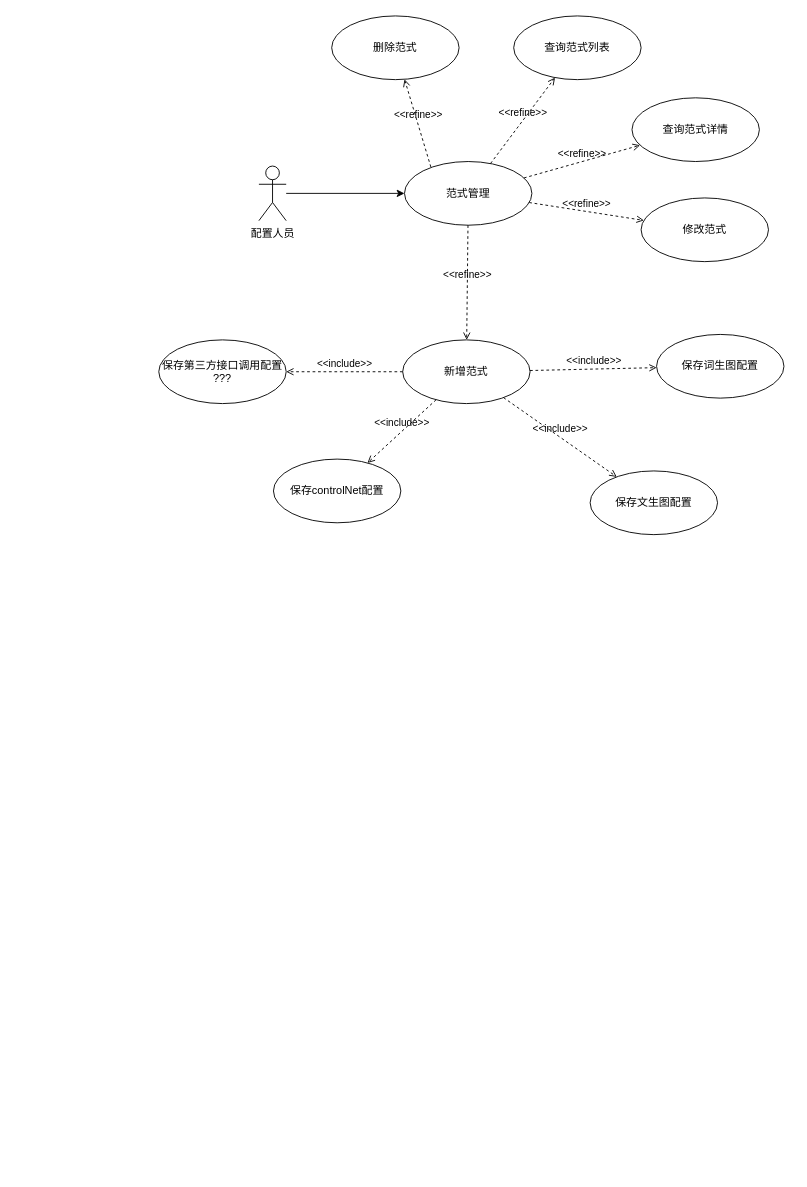
Earlier version of the draw.io diagram AIGC服务切换webUI.drawio (milletzhu/datasource). Source tidied: cells renumbered, new cells numbered last; positions are measured from the earlier drawing's top-left corner, leaving out a move shared by most shapes. Both pictures are drawn from the tidied source at 91%, with x=0, y=0 at pixel (158, 15).
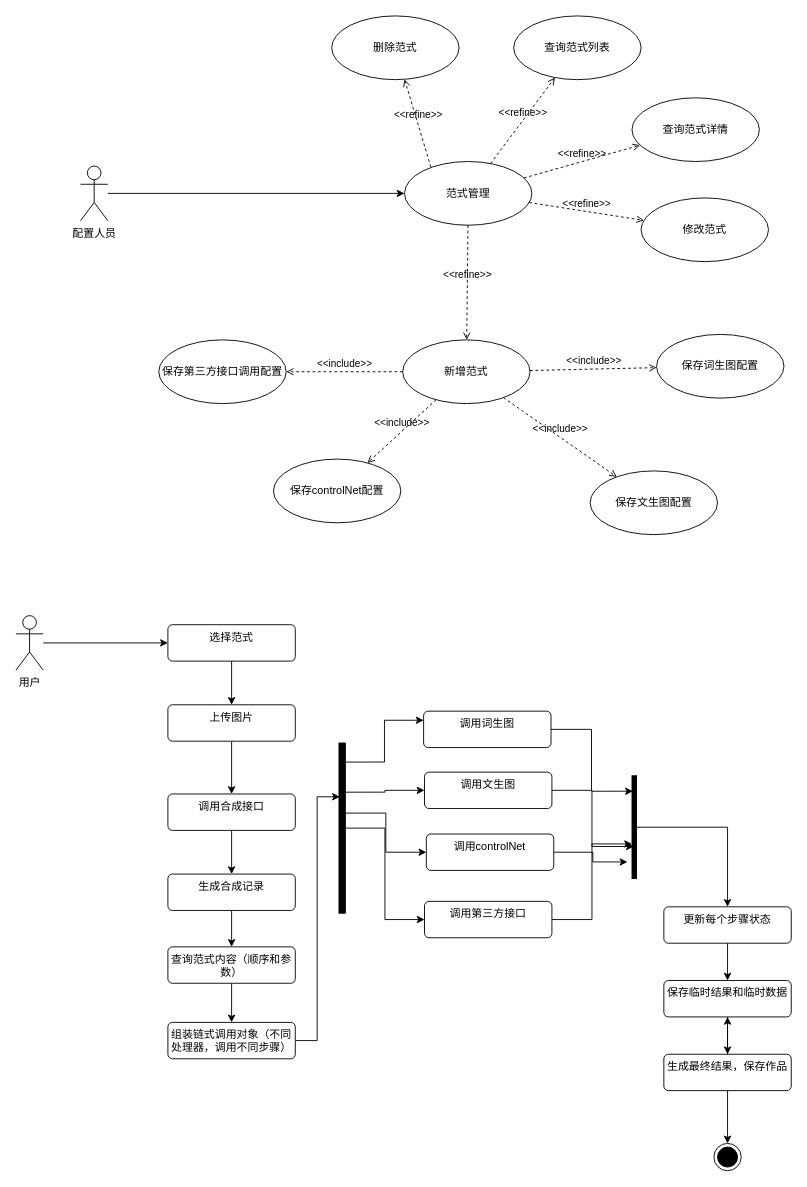
After the change.

Commit message (it also covers changes not shown here):
更新AIGC服务切换webUI.drawio

Change to the diagram source:
```diff
@@
     <mxCell id="3" value="配置人员" style="shape=umlActor;verticalLabelPosition=bottom;verticalAlign=top;html=1;" parent="1" vertex="1">
-      <mxGeometry x="110" y="165" width="30" height="60" as="geometry" />
+      <mxGeometry x="-86" y="165" width="30" height="60" as="geometry" />
     </mxCell>
@@
-    <mxCell id="17" value="保存第三方接口调用配置&lt;br&gt;???" style="ellipse;whiteSpace=wrap;html=1;" parent="1" vertex="1">
+    <mxCell id="17" value="保存第三方接口调用配置" style="ellipse;whiteSpace=wrap;html=1;" parent="1" vertex="1">
       <mxGeometry y="356" width="140" height="70" as="geometry" />
     </mxCell>
@@
+    <mxCell id="23" style="edgeStyle=orthogonalEdgeStyle;rounded=0;jettySize=auto;html=1;" parent="1" edge="1" source="24" target="26">
+      <mxGeometry relative="1" as="geometry" />
+    </mxCell>
+    <mxCell id="24" value="用户" style="shape=umlActor;verticalLabelPosition=bottom;verticalAlign=top;html=1;" parent="1" vertex="1">
+      <mxGeometry x="-157" y="659" width="30" height="60" as="geometry" />
+    </mxCell>
+    <mxCell id="25" style="edgeStyle=orthogonalEdgeStyle;rounded=0;jettySize=auto;html=1;entryX=0.5;entryY=0;entryDx=0;entryDy=0;" parent="1" edge="1" source="26" target="28">
+      <mxGeometry relative="1" as="geometry" />
+    </mxCell>
+    <mxCell id="26" value="选择范式" style="html=1;align=center;verticalAlign=top;rounded=1;absoluteArcSize=1;arcSize=10;dashed=0;whiteSpace=wrap;" parent="1" vertex="1">
+      <mxGeometry x="10" y="669" width="140" height="40" as="geometry" />
+    </mxCell>
+    <mxCell id="27" style="edgeStyle=orthogonalEdgeStyle;rounded=0;jettySize=auto;html=1;" parent="1" edge="1" source="28" target="51">
+      <mxGeometry relative="1" as="geometry" />
+    </mxCell>
+    <mxCell id="28" value="上传图片" style="html=1;align=center;verticalAlign=top;rounded=1;absoluteArcSize=1;arcSize=10;dashed=0;whiteSpace=wrap;" parent="1" vertex="1">
+      <mxGeometry x="10" y="757" width="140" height="40" as="geometry" />
+    </mxCell>
+    <mxCell id="29" style="edgeStyle=orthogonalEdgeStyle;rounded=0;jettySize=auto;html=1;entryX=0.5;entryY=0;entryDx=0;entryDy=0;" parent="1" edge="1" source="30" target="56">
+      <mxGeometry relative="1" as="geometry" />
+    </mxCell>
+    <mxCell id="30" value="查询范式内容（顺序和参数）" style="html=1;align=center;verticalAlign=top;rounded=1;absoluteArcSize=1;arcSize=10;dashed=0;whiteSpace=wrap;" parent="1" vertex="1">
+      <mxGeometry x="10" y="1023" width="140" height="40" as="geometry" />
+    </mxCell>
+    <mxCell id="31" style="edgeStyle=orthogonalEdgeStyle;rounded=0;jettySize=auto;html=1;entryX=0.2;entryY=0.15;entryDx=0;entryDy=0;entryPerimeter=0;" parent="1" edge="1" source="32" target="45">
+      <mxGeometry relative="1" as="geometry" />
+    </mxCell>
+    <mxCell id="32" value="调用词生图" style="html=1;align=center;verticalAlign=top;rounded=1;absoluteArcSize=1;arcSize=10;dashed=0;whiteSpace=wrap;" parent="1" vertex="1">
+      <mxGeometry x="291" y="764" width="140" height="40" as="geometry" />
+    </mxCell>
+    <mxCell id="33" style="edgeStyle=orthogonalEdgeStyle;rounded=0;jettySize=auto;html=1;entryX=0.4;entryY=0.688;entryDx=0;entryDy=0;entryPerimeter=0;" parent="1" edge="1" source="34" target="45">
+      <mxGeometry relative="1" as="geometry" />
+    </mxCell>
+    <mxCell id="34" value="调用文生图" style="html=1;align=center;verticalAlign=top;rounded=1;absoluteArcSize=1;arcSize=10;dashed=0;whiteSpace=wrap;" parent="1" vertex="1">
+      <mxGeometry x="292" y="831" width="140" height="40" as="geometry" />
+    </mxCell>
+    <mxCell id="35" style="edgeStyle=orthogonalEdgeStyle;rounded=0;jettySize=auto;html=1;entryX=-1;entryY=0.838;entryDx=0;entryDy=0;entryPerimeter=0;" parent="1" edge="1" source="36" target="45">
+      <mxGeometry relative="1" as="geometry" />
+    </mxCell>
+    <mxCell id="36" value="调用controlNet" style="html=1;align=center;verticalAlign=top;rounded=1;absoluteArcSize=1;arcSize=10;dashed=0;whiteSpace=wrap;" parent="1" vertex="1">
+      <mxGeometry x="294" y="899" width="140" height="40" as="geometry" />
+    </mxCell>
+    <mxCell id="37" style="edgeStyle=orthogonalEdgeStyle;rounded=0;jettySize=auto;html=1;entryX=0;entryY=0.663;entryDx=0;entryDy=0;entryPerimeter=0;" parent="1" edge="1" source="38" target="45">
+      <mxGeometry relative="1" as="geometry" />
+    </mxCell>
+    <mxCell id="38" value="调用第三方接口" style="html=1;align=center;verticalAlign=top;rounded=1;absoluteArcSize=1;arcSize=10;dashed=0;whiteSpace=wrap;" parent="1" vertex="1">
+      <mxGeometry x="292" y="973" width="140" height="40" as="geometry" />
+    </mxCell>
+    <mxCell id="39" style="edgeStyle=orthogonalEdgeStyle;rounded=0;jettySize=auto;html=1;entryX=0;entryY=0.25;entryDx=0;entryDy=0;exitX=0.8;exitY=0.112;exitDx=0;exitDy=0;exitPerimeter=0;" parent="1" edge="1" source="43" target="32">
+      <mxGeometry relative="1" as="geometry" />
+    </mxCell>
+    <mxCell id="40" style="edgeStyle=orthogonalEdgeStyle;rounded=0;jettySize=auto;html=1;exitX=0.6;exitY=0.289;exitDx=0;exitDy=0;exitPerimeter=0;" parent="1" edge="1" source="43" target="34">
+      <mxGeometry relative="1" as="geometry" />
+    </mxCell>
+    <mxCell id="41" style="edgeStyle=orthogonalEdgeStyle;rounded=0;jettySize=auto;html=1;exitX=1;exitY=0.412;exitDx=0;exitDy=0;exitPerimeter=0;" parent="1" edge="1" source="43" target="36">
+      <mxGeometry relative="1" as="geometry" />
+    </mxCell>
+    <mxCell id="42" style="edgeStyle=orthogonalEdgeStyle;rounded=0;jettySize=auto;html=1;" parent="1" edge="1" source="43" target="38">
+      <mxGeometry relative="1" as="geometry" />
+    </mxCell>
+    <mxCell id="43" style="html=1;points=[];perimeter=orthogonalPerimeter;fillColor=strokeColor;" parent="1" vertex="1">
+      <mxGeometry x="198" y="799" width="7" height="187" as="geometry" />
+    </mxCell>
+    <mxCell id="44" style="edgeStyle=orthogonalEdgeStyle;rounded=0;jettySize=auto;html=1;" parent="1" edge="1" source="45" target="47">
+      <mxGeometry relative="1" as="geometry" />
+    </mxCell>
+    <mxCell id="45" style="html=1;points=[];perimeter=orthogonalPerimeter;fillColor=strokeColor;" parent="1" vertex="1">
+      <mxGeometry x="520" y="835" width="5" height="113" as="geometry" />
+    </mxCell>
+    <mxCell id="46" style="edgeStyle=orthogonalEdgeStyle;rounded=0;jettySize=auto;html=1;" parent="1" edge="1" source="47" target="59">
+      <mxGeometry relative="1" as="geometry" />
+    </mxCell>
+    <mxCell id="47" value="更新每个步骤状态" style="html=1;align=center;verticalAlign=top;rounded=1;absoluteArcSize=1;arcSize=10;dashed=0;whiteSpace=wrap;" parent="1" vertex="1">
+      <mxGeometry x="555" y="979" width="140" height="40" as="geometry" />
+    </mxCell>
+    <mxCell id="48" style="edgeStyle=orthogonalEdgeStyle;rounded=0;jettySize=auto;html=1;" parent="1" edge="1" source="49" target="30">
+      <mxGeometry relative="1" as="geometry" />
+    </mxCell>
+    <mxCell id="49" value="生成合成记录" style="html=1;align=center;verticalAlign=top;rounded=1;absoluteArcSize=1;arcSize=10;dashed=0;whiteSpace=wrap;" parent="1" vertex="1">
+      <mxGeometry x="10" y="943" width="140" height="40" as="geometry" />
+    </mxCell>
+    <mxCell id="50" style="edgeStyle=orthogonalEdgeStyle;rounded=0;jettySize=auto;html=1;entryX=0.5;entryY=0;entryDx=0;entryDy=0;" parent="1" edge="1" source="51" target="49">
+      <mxGeometry relative="1" as="geometry" />
+    </mxCell>
+    <mxCell id="51" value="调用合成接口" style="html=1;align=center;verticalAlign=top;rounded=1;absoluteArcSize=1;arcSize=10;dashed=0;whiteSpace=wrap;" parent="1" vertex="1">
+      <mxGeometry x="10" y="855" width="140" height="40" as="geometry" />
+    </mxCell>
+    <mxCell id="52" style="edgeStyle=orthogonalEdgeStyle;rounded=0;jettySize=auto;html=1;entryX=0.5;entryY=0;entryDx=0;entryDy=0;" parent="1" edge="1" source="54" target="57">
+      <mxGeometry relative="1" as="geometry" />
+    </mxCell>
+    <mxCell id="53" style="edgeStyle=orthogonalEdgeStyle;rounded=0;jettySize=auto;html=1;" parent="1" edge="1" source="54" target="59">
+      <mxGeometry relative="1" as="geometry" />
+    </mxCell>
+    <mxCell id="54" value="生成最终结果，保存作品" style="html=1;align=center;verticalAlign=top;rounded=1;absoluteArcSize=1;arcSize=10;dashed=0;whiteSpace=wrap;" parent="1" vertex="1">
+      <mxGeometry x="555" y="1141" width="140" height="40" as="geometry" />
+    </mxCell>
+    <mxCell id="55" style="edgeStyle=orthogonalEdgeStyle;rounded=0;jettySize=auto;html=1;entryX=0.143;entryY=0.316;entryDx=0;entryDy=0;entryPerimeter=0;" parent="1" edge="1" source="56" target="43">
+      <mxGeometry relative="1" as="geometry" />
+    </mxCell>
+    <mxCell id="56" value="组装链式调用对象（不同处理器，调用不同步骤）" style="html=1;align=center;verticalAlign=top;rounded=1;absoluteArcSize=1;arcSize=10;dashed=0;whiteSpace=wrap;" parent="1" vertex="1">
+      <mxGeometry x="10" y="1106" width="140" height="40" as="geometry" />
+    </mxCell>
+    <mxCell id="57" style="ellipse;html=1;shape=endState;fillColor=strokeColor;" parent="1" vertex="1">
+      <mxGeometry x="610" y="1239" width="30" height="30" as="geometry" />
+    </mxCell>
+    <mxCell id="58" style="edgeStyle=orthogonalEdgeStyle;rounded=0;jettySize=auto;html=1;" parent="1" edge="1" source="59" target="54">
+      <mxGeometry relative="1" as="geometry" />
+    </mxCell>
+    <mxCell id="59" value="保存临时结果和临时数据" style="html=1;align=center;verticalAlign=top;rounded=1;absoluteArcSize=1;arcSize=10;dashed=0;whiteSpace=wrap;" parent="1" vertex="1">
+      <mxGeometry x="555" y="1060" width="140" height="40" as="geometry" />
+    </mxCell>
```
